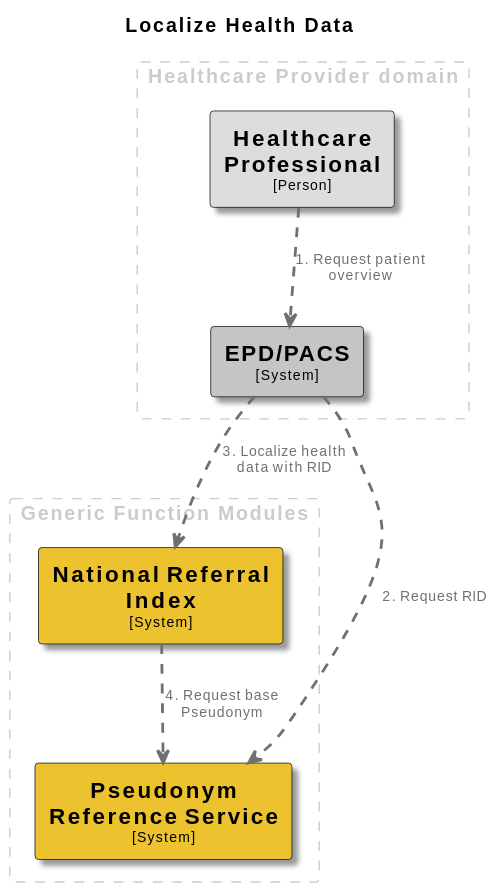
This is docs/images/structurizr-LocalizeHealthData.svg from minvws/gfmodules-coordination, a PlantUML export, as it was before one commit. Its diagram source:
```plantuml
@startuml
set separator none
title Localize Health Data

top to bottom direction

skinparam {
  arrowFontSize 10
  defaultTextAlignment center
  wrapWidth 200
  maxMessageSize 100
}

hide stereotype

skinparam rectangle<<EPDPACS>> {
  BackgroundColor #c5c5c5
  FontColor #000000
  BorderColor #000000
  shadowing true
}
skinparam rectangle<<HealthcareProfessional>> {
  BackgroundColor #dddddd
  FontColor #000000
  BorderColor #000000
  shadowing true
}
skinparam rectangle<<NationalReferralIndex>> {
  BackgroundColor #ecc22e
  FontColor #000000
  BorderColor #000000
  shadowing true
}
skinparam rectangle<<PseudonymReferenceService>> {
  BackgroundColor #ecc22e
  FontColor #000000
  BorderColor #000000
  shadowing true
}

rectangle "Generic Function Modules" <<group1>> as group1 {
  skinparam RectangleBorderColor<<group1>> #cccccc
  skinparam RectangleFontColor<<group1>> #cccccc
  skinparam RectangleBorderStyle<<group1>> dashed

  rectangle "==Pseudonym Reference Service\n<size:10>[System]</size>" <<PseudonymReferenceService>> as PseudonymReferenceService
  rectangle "==National Referral Index\n<size:10>[System]</size>" <<NationalReferralIndex>> as NationalReferralIndex
}

rectangle "Healthcare Provider domain" <<group2>> as group2 {
  skinparam RectangleBorderColor<<group2>> #cccccc
  skinparam RectangleFontColor<<group2>> #cccccc
  skinparam RectangleBorderStyle<<group2>> dashed

  rectangle "==Healthcare Professional\n<size:10>[Person]</size>" <<HealthcareProfessional>> as HealthcareProfessional
  rectangle "==EPD/PACS\n<size:10>[System]</size>" <<EPDPACS>> as EPDPACS
}

HealthcareProfessional .[#707070,thickness=2].> EPDPACS : "<color:#707070>1. Request patient overview"
EPDPACS .[#707070,thickness=2].> PseudonymReferenceService : "<color:#707070>2. Request RID"
EPDPACS .[#707070,thickness=2].> NationalReferralIndex : "<color:#707070>3. Localize health data with RID"
NationalReferralIndex .[#707070,thickness=2].> PseudonymReferenceService : "<color:#707070>4. Request base Pseudonym"
@enduml
```
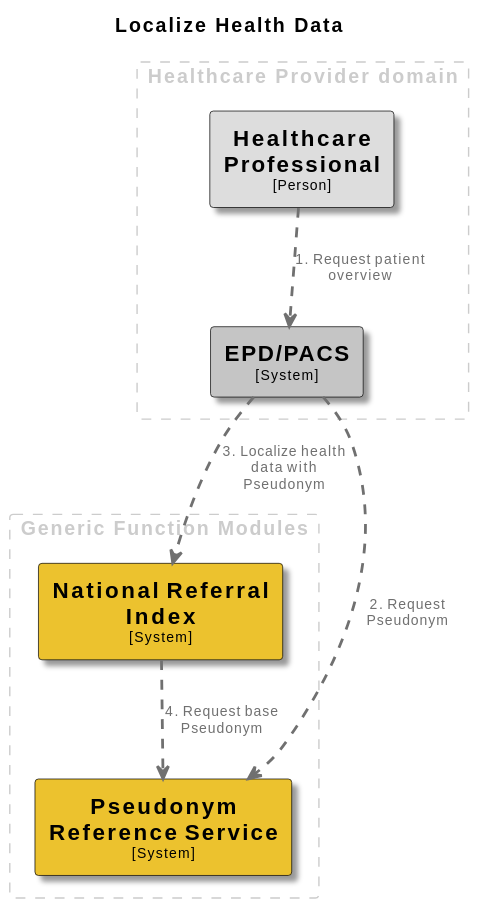
After the change.

The edit, as a diff of the source:
```diff
@@ -57,7 +57,7 @@
 }
 
 HealthcareProfessional .[#707070,thickness=2].> EPDPACS : "<color:#707070>1. Request patient overview"
-EPDPACS .[#707070,thickness=2].> PseudonymReferenceService : "<color:#707070>2. Request RID"
-EPDPACS .[#707070,thickness=2].> NationalReferralIndex : "<color:#707070>3. Localize health data with RID"
+EPDPACS .[#707070,thickness=2].> PseudonymReferenceService : "<color:#707070>2. Request Pseudonym"
+EPDPACS .[#707070,thickness=2].> NationalReferralIndex : "<color:#707070>3. Localize health data with Pseudonym"
 NationalReferralIndex .[#707070,thickness=2].> PseudonymReferenceService : "<color:#707070>4. Request base Pseudonym"
 @enduml
```
